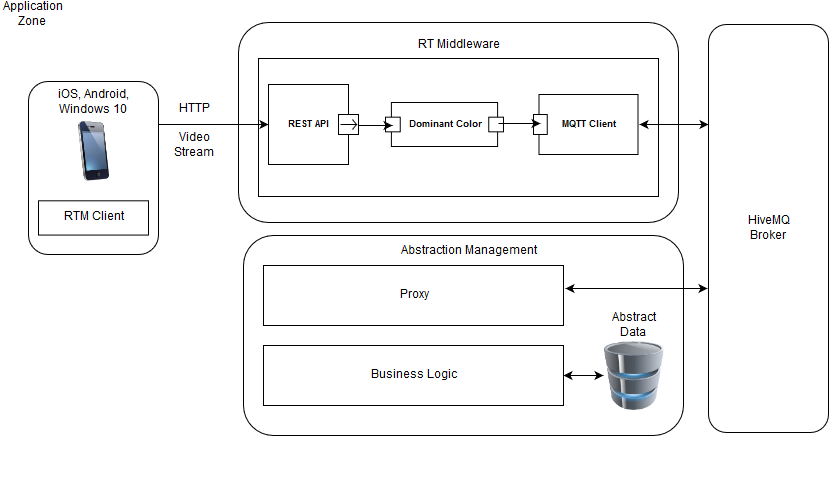
Before: img/IoT_RT_Middleware.png, a diagram exported from draw.io (rachwal/IoT). Source tidied: cells renumbered, new cells last; positions are measured from the earlier drawing's top-left corner, leaving out a move shared by most shapes.
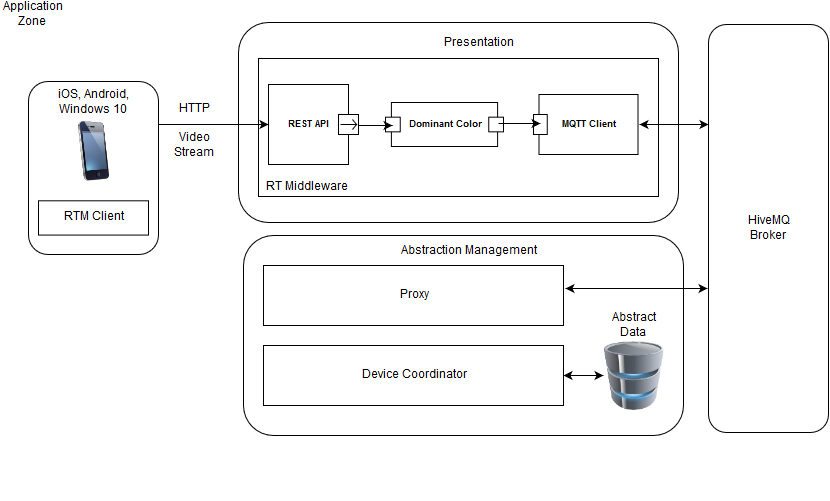
Later version of the same file.

Change to the diagram source:
```diff
@@ -24,7 +24,7 @@
       <mxGeometry x="20" y="46" width="400" height="138" as="geometry" />
     </mxCell>
     <mxCell id="9" value="RT Middleware&lt;br&gt;" style="text;html=1;strokeColor=none;fillColor=none;align=center;verticalAlign=middle;whiteSpace=wrap;" parent="6" vertex="1">
-      <mxGeometry x="172" y="12" width="96" height="42" as="geometry" />
+      <mxGeometry x="20" y="154" width="96" height="42" as="geometry" />
     </mxCell>
     <mxCell id="10" value="Dominant Color&lt;br&gt;" style="html=1;shape=mxgraph.sysml.port1;fontStyle=1;whiteSpace=wrap;align=center;rounded=1;fontSize=9;" parent="6" vertex="1">
       <mxGeometry x="147" y="90" width="118" height="44" as="geometry" />
@@ -54,6 +54,9 @@
         <mxPoint x="260" y="111" as="sourcePoint" />
       </mxGeometry>
     </mxCell>
+    <mxCell id="38" value="Presentation&lt;br&gt;" style="text;html=1;strokeColor=none;fillColor=none;align=center;verticalAlign=middle;whiteSpace=wrap;" parent="6" vertex="1">
+      <mxGeometry x="199" y="21" width="82" height="20" as="geometry" />
+    </mxCell>
     <mxCell id="18" style="rounded=1;whiteSpace=wrap;html=1;" parent="3" vertex="1">
       <mxGeometry x="696" y="20" width="120" height="408" as="geometry" />
     </mxCell>
@@ -90,7 +93,7 @@
     <mxCell id="29" value="Proxy&lt;br&gt;" style="whiteSpace=wrap;html=1;" parent="3" vertex="1">
       <mxGeometry x="251" y="261" width="300" height="60" as="geometry" />
     </mxCell>
-    <mxCell id="30" value="Business Logic&lt;br&gt;" style="whiteSpace=wrap;html=1;" parent="3" vertex="1">
+    <mxCell id="30" value="Device Coordinator&lt;br&gt;" style="whiteSpace=wrap;html=1;" parent="3" vertex="1">
       <mxGeometry x="251" y="341" width="300" height="60" as="geometry" />
     </mxCell>
     <mxCell id="31" style="endArrow=classic;startArrow=classic;html=1;exitX=1;exitY=0.5;" parent="3" edge="1" source="30" target="32">
```
